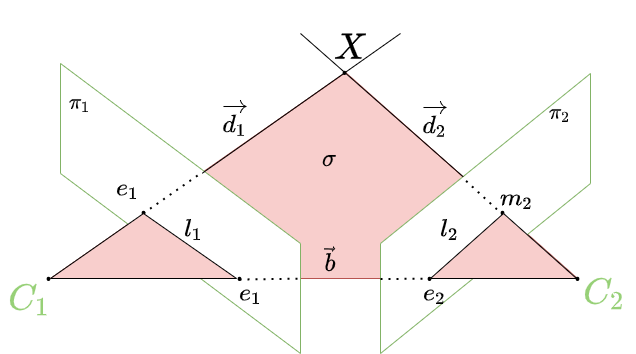
Before: graphics/epipolar.png, a diagram exported from draw.io (Myralllka/bachelor_thesis). Source tidied: cells renumbered, new cells last; positions are measured from the earlier drawing's top-left corner, leaving out a move shared by most shapes.
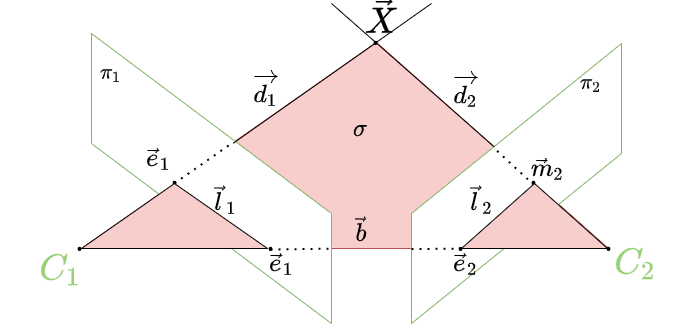
After the commit.

What changed in the source:
```diff
@@ -76,7 +76,7 @@
     <mxCell id="21" value="$$C_2$$" style="text;html=1;strokeColor=none;fillColor=none;align=center;verticalAlign=middle;whiteSpace=wrap;rounded=0;fontSize=30;fontColor=#97D077;" parent="1" vertex="1">
       <mxGeometry x="575" y="245" width="60" height="30" as="geometry" />
     </mxCell>
-    <mxCell id="22" value="&lt;font color=&quot;#000000&quot;&gt;$$X$$&lt;/font&gt;" style="text;html=1;strokeColor=none;fillColor=none;align=center;verticalAlign=middle;whiteSpace=wrap;rounded=0;fontSize=30;fontColor=#97D077;" parent="1" vertex="1">
+    <mxCell id="22" value="&lt;font color=&quot;#000000&quot;&gt;$$\vec{X}$$&lt;/font&gt;" style="text;html=1;strokeColor=none;fillColor=none;align=center;verticalAlign=middle;whiteSpace=wrap;rounded=0;fontSize=30;fontColor=#97D077;" parent="1" vertex="1">
       <mxGeometry x="320" width="60" height="30" as="geometry" />
     </mxCell>
     <mxCell id="23" value="&lt;font color=&quot;#000000&quot;&gt;&lt;span style=&quot;font-size: 20px&quot;&gt;&lt;i&gt;$$\vec{d_1}$$&lt;/i&gt;&lt;/span&gt;&lt;/font&gt;" style="text;html=1;strokeColor=none;fillColor=none;align=center;verticalAlign=middle;whiteSpace=wrap;rounded=0;fontSize=30;fontColor=#97D077;" parent="1" vertex="1">
@@ -88,22 +88,22 @@
     <mxCell id="25" value="&lt;font color=&quot;#000000&quot;&gt;&lt;span style=&quot;font-size: 20px&quot;&gt;&lt;i&gt;$$\vec{b}$$&lt;/i&gt;&lt;/span&gt;&lt;/font&gt;" style="text;html=1;strokeColor=none;fillColor=none;align=center;verticalAlign=middle;whiteSpace=wrap;rounded=0;fontSize=30;fontColor=#97D077;" parent="1" vertex="1">
       <mxGeometry x="300" y="211" width="60" height="31" as="geometry" />
     </mxCell>
-    <mxCell id="26" value="&lt;font color=&quot;#000000&quot;&gt;&lt;span style=&quot;font-size: 20px&quot;&gt;$$l_1$$&lt;/span&gt;&lt;/font&gt;" style="text;html=1;strokeColor=none;fillColor=none;align=center;verticalAlign=middle;whiteSpace=wrap;rounded=0;fontSize=30;fontColor=#97D077;" parent="1" vertex="1">
+    <mxCell id="26" value="&lt;font color=&quot;#000000&quot;&gt;&lt;span style=&quot;font-size: 20px&quot;&gt;$$\vec{l}_1$$&lt;/span&gt;&lt;/font&gt;" style="text;html=1;strokeColor=none;fillColor=none;align=center;verticalAlign=middle;whiteSpace=wrap;rounded=0;fontSize=30;fontColor=#97D077;" parent="1" vertex="1">
       <mxGeometry x="164" y="180" width="60" height="31" as="geometry" />
     </mxCell>
-    <mxCell id="27" value="&lt;font color=&quot;#000000&quot;&gt;&lt;span style=&quot;font-size: 20px&quot;&gt;$$l_2$$&lt;/span&gt;&lt;/font&gt;" style="text;html=1;strokeColor=none;fillColor=none;align=center;verticalAlign=middle;whiteSpace=wrap;rounded=0;fontSize=30;fontColor=#97D077;" parent="1" vertex="1">
+    <mxCell id="27" value="&lt;font color=&quot;#000000&quot;&gt;&lt;span style=&quot;font-size: 20px&quot;&gt;$$\vec{l}_2$$&lt;/span&gt;&lt;/font&gt;" style="text;html=1;strokeColor=none;fillColor=none;align=center;verticalAlign=middle;whiteSpace=wrap;rounded=0;fontSize=30;fontColor=#97D077;" parent="1" vertex="1">
       <mxGeometry x="420" y="180" width="60" height="31" as="geometry" />
     </mxCell>
-    <mxCell id="28" value="&lt;font color=&quot;#000000&quot;&gt;&lt;span style=&quot;font-size: 20px&quot;&gt;$$e_1$$&lt;/span&gt;&lt;/font&gt;" style="text;html=1;strokeColor=none;fillColor=none;align=center;verticalAlign=middle;whiteSpace=wrap;rounded=0;fontSize=30;fontColor=#97D077;" parent="1" vertex="1">
+    <mxCell id="28" value="&lt;font color=&quot;#000000&quot;&gt;&lt;span style=&quot;font-size: 20px&quot;&gt;$$\vec{e}_1$$&lt;/span&gt;&lt;/font&gt;" style="text;html=1;strokeColor=none;fillColor=none;align=center;verticalAlign=middle;whiteSpace=wrap;rounded=0;fontSize=30;fontColor=#97D077;" parent="1" vertex="1">
       <mxGeometry x="98" y="140" width="60" height="30" as="geometry" />
     </mxCell>
-    <mxCell id="29" value="&lt;font color=&quot;#000000&quot;&gt;&lt;span style=&quot;font-size: 20px&quot;&gt;$$m_2$$&lt;/span&gt;&lt;/font&gt;" style="text;html=1;strokeColor=none;fillColor=none;align=center;verticalAlign=middle;whiteSpace=wrap;rounded=0;fontSize=30;fontColor=#97D077;" parent="1" vertex="1">
+    <mxCell id="29" value="&lt;font color=&quot;#000000&quot;&gt;&lt;span style=&quot;font-size: 20px&quot;&gt;$$\vec{m}_2$$&lt;/span&gt;&lt;/font&gt;" style="text;html=1;strokeColor=none;fillColor=none;align=center;verticalAlign=middle;whiteSpace=wrap;rounded=0;fontSize=30;fontColor=#97D077;" parent="1" vertex="1">
       <mxGeometry x="487" y="150" width="60" height="30" as="geometry" />
     </mxCell>
-    <mxCell id="30" value="&lt;font color=&quot;#000000&quot;&gt;&lt;span style=&quot;font-size: 20px&quot;&gt;$$e_1$$&lt;/span&gt;&lt;/font&gt;" style="text;html=1;strokeColor=none;fillColor=none;align=center;verticalAlign=middle;whiteSpace=wrap;rounded=0;fontSize=30;fontColor=#97D077;" parent="1" vertex="1">
+    <mxCell id="30" value="&lt;font color=&quot;#000000&quot;&gt;&lt;span style=&quot;font-size: 20px&quot;&gt;$$\vec{e}_1$$&lt;/span&gt;&lt;/font&gt;" style="text;html=1;strokeColor=none;fillColor=none;align=center;verticalAlign=middle;whiteSpace=wrap;rounded=0;fontSize=30;fontColor=#97D077;" parent="1" vertex="1">
       <mxGeometry x="221" y="245" width="60" height="30" as="geometry" />
     </mxCell>
-    <mxCell id="31" value="&lt;font color=&quot;#000000&quot;&gt;&lt;span style=&quot;font-size: 20px&quot;&gt;$$e_2$$&lt;/span&gt;&lt;/font&gt;" style="text;html=1;strokeColor=none;fillColor=none;align=center;verticalAlign=middle;whiteSpace=wrap;rounded=0;fontSize=30;fontColor=#97D077;" parent="1" vertex="1">
+    <mxCell id="31" value="&lt;font color=&quot;#000000&quot;&gt;&lt;span style=&quot;font-size: 20px&quot;&gt;$$\vec{e}_2$$&lt;/span&gt;&lt;/font&gt;" style="text;html=1;strokeColor=none;fillColor=none;align=center;verticalAlign=middle;whiteSpace=wrap;rounded=0;fontSize=30;fontColor=#97D077;" parent="1" vertex="1">
       <mxGeometry x="405" y="245" width="60" height="30" as="geometry" />
     </mxCell>
     <mxCell id="32" value="&lt;div&gt;&lt;font color=&quot;#000000&quot; face=&quot;sans-serif&quot;&gt;&lt;span style=&quot;font-size: 16px&quot;&gt;$$\pi_1$$&lt;/span&gt;&lt;/font&gt;&lt;/div&gt;" style="text;html=1;strokeColor=none;fillColor=none;align=center;verticalAlign=middle;whiteSpace=wrap;rounded=0;fontSize=30;fontColor=#97D077;" parent="1" vertex="1">
```
